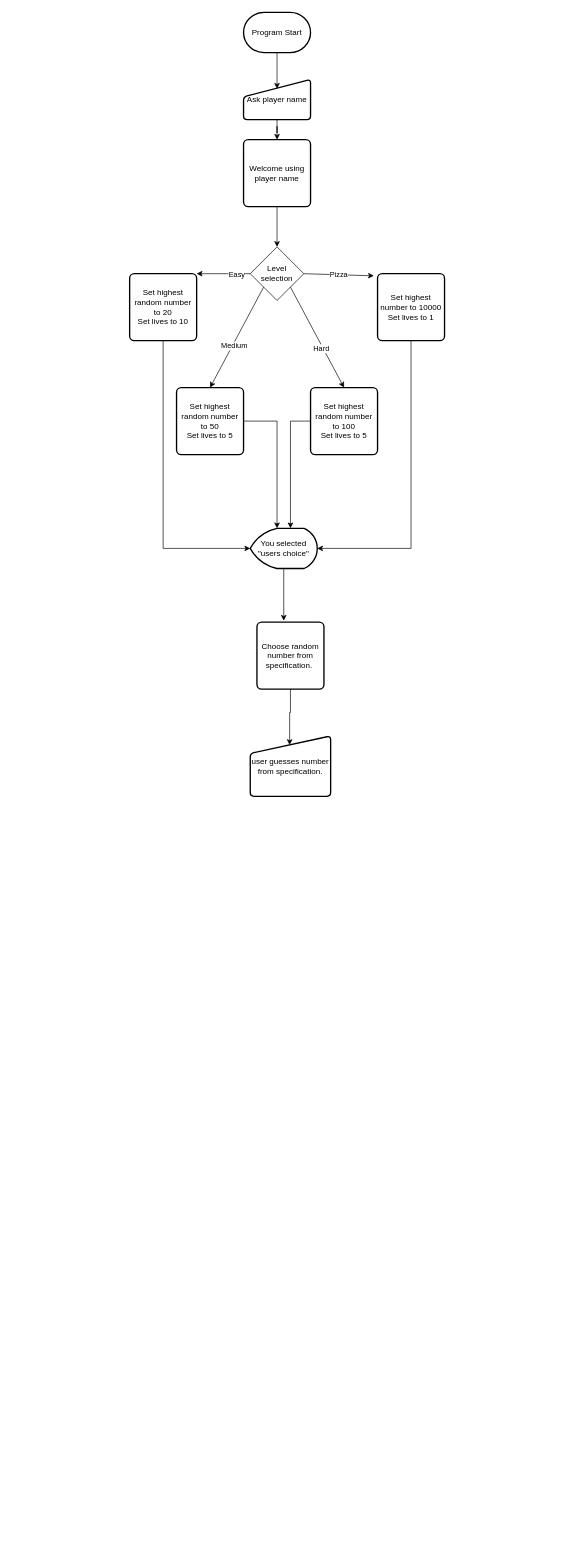
Copperock/Digitech23 keeps this draw.io diagram as Final Project/Diagrams/Planning Flow Chart.drawio. Above is the earlier version. Source tidied: cells renumbered, new cells numbered last; positions are measured from the earlier drawing's top-left corner, leaving out a move shared by most shapes. Both pictures are drawn from the tidied source at 67%, with x=0, y=0 at pixel (129, 12).
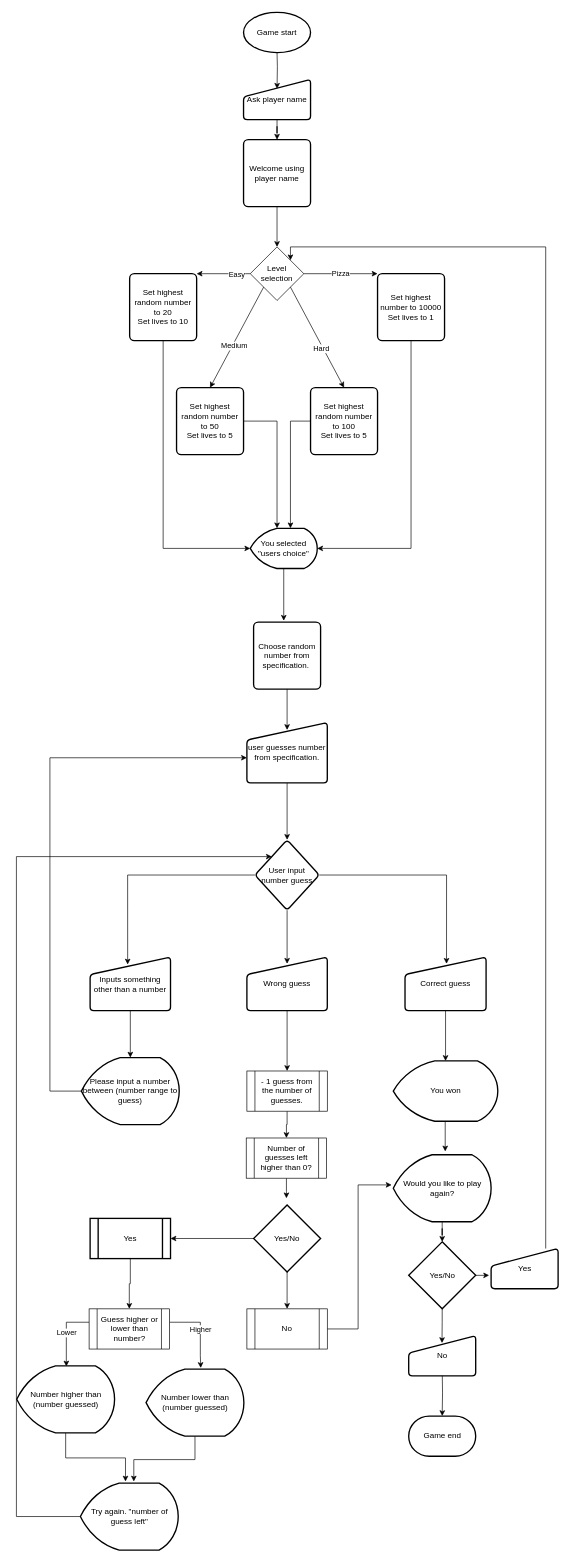
The same page after the edit.

The change refers to these unchanged cells:
```xml
<mxCell id="2" value="Level selection" style="rhombus;whiteSpace=wrap;html=1;" parent="1" vertex="1">
  <mxGeometry x="180" y="350" width="80" height="80" as="geometry" />
</mxCell>
<mxCell id="13" value="Ask player name" style="html=1;strokeWidth=2;shape=manualInput;whiteSpace=wrap;rounded=1;size=26;arcSize=11;" parent="1" vertex="1">
  <mxGeometry x="170" y="100" width="100" height="60" as="geometry" />
</mxCell>
<mxCell id="23" value="Set highest number to 10000&lt;br style=&quot;border-color: var(--border-color);&quot;&gt;Set lives to 1" style="rounded=1;whiteSpace=wrap;html=1;absoluteArcSize=1;arcSize=14;strokeWidth=2;" parent="1" vertex="1">
  <mxGeometry x="370" y="390" width="100" height="100" as="geometry" />
</mxCell>
<mxCell id="25" value="You selected &quot;users choice&quot;" style="strokeWidth=2;html=1;shape=mxgraph.flowchart.display;whiteSpace=wrap;" parent="1" vertex="1">
  <mxGeometry x="180" y="770" width="100" height="60" as="geometry" />
</mxCell>
```

The edit, as a diff of the source:
```diff
@@
-    <mxCell id="5" value="Pizza" style="endArrow=classic;html=1;rounded=0;exitX=1;exitY=0.5;exitDx=0;exitDy=0;entryX=0;entryY=0;entryDx=0;entryDy=0;" parent="1" edge="1" source="2">
-      <mxGeometry relative="1" as="geometry">
-        <mxPoint x="364.5" y="393.2" as="targetPoint" />
-      </mxGeometry>
+    <mxCell id="5" value="Pizza" style="endArrow=classic;html=1;rounded=0;exitX=1;exitY=0.5;exitDx=0;exitDy=0;entryX=0;entryY=0;entryDx=0;entryDy=0;" parent="1" edge="1" source="2" target="23">
+      <mxGeometry relative="1" as="geometry" />
     </mxCell>
@@
-    <mxCell id="10" style="edgeStyle=orthogonalEdgeStyle;rounded=0;jettySize=auto;html=1;entryX=0.5;entryY=0.233;entryDx=0;entryDy=0;entryPerimeter=0;" parent="1" edge="1" source="11" target="13">
-      <mxGeometry relative="1" as="geometry" />
+    <mxCell id="10" style="edgeStyle=orthogonalEdgeStyle;rounded=0;jettySize=auto;html=1;entryX=0.5;entryY=0.233;entryDx=0;entryDy=0;entryPerimeter=0;" parent="1" edge="1" target="13">
+      <mxGeometry relative="1" as="geometry">
+        <mxPoint x="220" y="60" as="sourcePoint" />
+      </mxGeometry>
     </mxCell>
-    <mxCell id="11" value="Program Start" style="strokeWidth=2;html=1;shape=mxgraph.flowchart.terminator;whiteSpace=wrap;" parent="1" vertex="1">
-      <mxGeometry x="170" width="100" height="60" as="geometry" />
-    </mxCell>
@@
-    <mxCell id="24" style="edgeStyle=orthogonalEdgeStyle;rounded=0;jettySize=auto;html=1;entryX=0.4;entryY=-0.02;entryDx=0;entryDy=0;entryPerimeter=0;" parent="1" edge="1" source="25" target="27">
-      <mxGeometry relative="1" as="geometry" />
+    <mxCell id="24" style="edgeStyle=orthogonalEdgeStyle;rounded=0;jettySize=auto;html=1;" parent="1" edge="1" source="25">
+      <mxGeometry relative="1" as="geometry">
+        <mxPoint x="230" y="908" as="targetPoint" />
+        <Array as="points">
+          <mxPoint x="230" y="908" />
+        </Array>
+      </mxGeometry>
     </mxCell>
@@
-    <mxCell id="26" style="edgeStyle=orthogonalEdgeStyle;rounded=0;jettySize=auto;html=1;entryX=0.49;entryY=0.15;entryDx=0;entryDy=0;entryPerimeter=0;" parent="1" edge="1" source="27" target="28">
+    <mxCell id="26" style="edgeStyle=orthogonalEdgeStyle;rounded=0;jettySize=auto;html=1;entryX=0.5;entryY=0.122;entryDx=0;entryDy=0;entryPerimeter=0;" parent="1" edge="1" source="27" target="28">
       <mxGeometry relative="1" as="geometry" />
     </mxCell>
     <mxCell id="27" value="Choose random number from specification.&amp;nbsp;" style="rounded=1;whiteSpace=wrap;html=1;absoluteArcSize=1;arcSize=14;strokeWidth=2;" parent="1" vertex="1">
-      <mxGeometry x="190" y="910" width="100" height="100" as="geometry" />
+      <mxGeometry x="185" y="910" width="100" height="100" as="geometry" />
     </mxCell>
+    <mxCell id="29" style="edgeStyle=orthogonalEdgeStyle;rounded=0;jettySize=auto;html=1;" parent="1" edge="1" source="28" target="33">
+      <mxGeometry relative="1" as="geometry" />
+    </mxCell>
     <mxCell id="28" value="user guesses number from specification." style="html=1;strokeWidth=2;shape=manualInput;whiteSpace=wrap;rounded=1;size=26;arcSize=11;" parent="1" vertex="1">
-      <mxGeometry x="180" y="1080" width="120" height="90" as="geometry" />
+      <mxGeometry x="175" y="1060" width="120" height="90" as="geometry" />
     </mxCell>
+    <mxCell id="30" style="edgeStyle=orthogonalEdgeStyle;rounded=0;jettySize=auto;html=1;entryX=0.467;entryY=0.138;entryDx=0;entryDy=0;entryPerimeter=0;" parent="1" edge="1" source="33" target="39">
+      <mxGeometry relative="1" as="geometry" />
+    </mxCell>
+    <mxCell id="31" style="edgeStyle=orthogonalEdgeStyle;rounded=0;jettySize=auto;html=1;entryX=0.512;entryY=0.125;entryDx=0;entryDy=0;entryPerimeter=0;" parent="1" edge="1" source="33" target="35">
+      <mxGeometry relative="1" as="geometry" />
+    </mxCell>
+    <mxCell id="32" style="edgeStyle=orthogonalEdgeStyle;rounded=0;jettySize=auto;html=1;entryX=0.5;entryY=0.125;entryDx=0;entryDy=0;entryPerimeter=0;" parent="1" edge="1" source="33" target="37">
+      <mxGeometry relative="1" as="geometry" />
+    </mxCell>
+    <mxCell id="33" value="User input number guess" style="rhombus;whiteSpace=wrap;html=1;strokeWidth=2;rounded=1;arcSize=11;" parent="1" vertex="1">
+      <mxGeometry x="187" y="1235" width="96" height="105" as="geometry" />
+    </mxCell>
+    <mxCell id="34" style="edgeStyle=orthogonalEdgeStyle;rounded=0;jettySize=auto;html=1;" parent="1" edge="1" source="35" target="67">
+      <mxGeometry relative="1" as="geometry" />
+    </mxCell>
+    <mxCell id="35" value="Correct guess" style="html=1;strokeWidth=2;shape=manualInput;whiteSpace=wrap;rounded=1;size=26;arcSize=11;" parent="1" vertex="1">
+      <mxGeometry x="411" y="1410" width="121" height="80" as="geometry" />
+    </mxCell>
+    <mxCell id="36" style="edgeStyle=orthogonalEdgeStyle;rounded=0;jettySize=auto;html=1;" parent="1" edge="1" source="37" target="41">
+      <mxGeometry relative="1" as="geometry" />
+    </mxCell>
+    <mxCell id="37" value="Wrong guess" style="html=1;strokeWidth=2;shape=manualInput;whiteSpace=wrap;rounded=1;size=26;arcSize=11;" parent="1" vertex="1">
+      <mxGeometry x="175" y="1410" width="120" height="80" as="geometry" />
+    </mxCell>
+    <mxCell id="38" style="edgeStyle=orthogonalEdgeStyle;rounded=0;jettySize=auto;html=1;entryX=0.5;entryY=0;entryDx=0;entryDy=0;entryPerimeter=0;" parent="1" edge="1" source="39" target="52">
+      <mxGeometry relative="1" as="geometry" />
+    </mxCell>
+    <mxCell id="39" value="Inputs something other than a number" style="html=1;strokeWidth=2;shape=manualInput;whiteSpace=wrap;rounded=1;size=26;arcSize=11;" parent="1" vertex="1">
+      <mxGeometry x="-59" y="1410" width="120" height="80" as="geometry" />
+    </mxCell>
+    <mxCell id="40" style="edgeStyle=orthogonalEdgeStyle;rounded=0;jettySize=auto;html=1;entryX=0.5;entryY=0;entryDx=0;entryDy=0;" parent="1" edge="1" source="41" target="65">
+      <mxGeometry relative="1" as="geometry" />
+    </mxCell>
+    <mxCell id="41" value="- 1 guess from the number of guesses." style="shape=process;whiteSpace=wrap;html=1;backgroundOutline=1;" parent="1" vertex="1">
+      <mxGeometry x="175" y="1580" width="120" height="60" as="geometry" />
+    </mxCell>
+    <mxCell id="42" style="edgeStyle=orthogonalEdgeStyle;rounded=0;jettySize=auto;html=1;" parent="1" edge="1" source="43" target="33">
+      <mxGeometry relative="1" as="geometry">
+        <Array as="points">
+          <mxPoint x="-169" y="2245" />
+          <mxPoint x="-169" y="1260" />
+        </Array>
+      </mxGeometry>
+    </mxCell>
+    <mxCell id="43" value="Try again. &quot;number of guess left&quot;" style="strokeWidth=2;html=1;shape=mxgraph.flowchart.display;whiteSpace=wrap;" parent="1" vertex="1">
+      <mxGeometry x="-73.5" y="2195" width="146" height="100" as="geometry" />
+    </mxCell>
+    <mxCell id="44" value="Lower" style="edgeStyle=orthogonalEdgeStyle;rounded=0;jettySize=auto;html=1;" parent="1" edge="1" source="46">
+      <mxGeometry relative="1" as="geometry">
+        <mxPoint x="-94.5" y="2021" as="targetPoint" />
+        <Array as="points">
+          <mxPoint x="-94.5" y="1955" />
+          <mxPoint x="-94.5" y="2021" />
+        </Array>
+      </mxGeometry>
+    </mxCell>
+    <mxCell id="45" value="Higher" style="edgeStyle=orthogonalEdgeStyle;rounded=0;jettySize=auto;html=1;entryX=0.559;entryY=-0.018;entryDx=0;entryDy=0;entryPerimeter=0;" parent="1" edge="1" source="46" target="50">
+      <mxGeometry relative="1" as="geometry">
+        <Array as="points">
+          <mxPoint x="105.5" y="1955" />
+          <mxPoint x="105.5" y="2005" />
+        </Array>
+      </mxGeometry>
+    </mxCell>
+    <mxCell id="46" value="Guess higher or lower than number?" style="shape=process;whiteSpace=wrap;html=1;backgroundOutline=1;" parent="1" vertex="1">
+      <mxGeometry x="-60.5" y="1935" width="120" height="60" as="geometry" />
+    </mxCell>
+    <mxCell id="47" style="edgeStyle=orthogonalEdgeStyle;rounded=0;jettySize=auto;html=1;entryX=0.461;entryY=-0.023;entryDx=0;entryDy=0;entryPerimeter=0;exitX=0.5;exitY=1;exitDx=0;exitDy=0;exitPerimeter=0;" parent="1" edge="1" source="48" target="43">
+      <mxGeometry relative="1" as="geometry" />
+    </mxCell>
+    <mxCell id="48" value="Number higher than (number guessed)" style="strokeWidth=2;html=1;shape=mxgraph.flowchart.display;whiteSpace=wrap;" parent="1" vertex="1">
+      <mxGeometry x="-168.5" y="2020" width="146" height="100" as="geometry" />
+    </mxCell>
+    <mxCell id="49" style="edgeStyle=orthogonalEdgeStyle;rounded=0;jettySize=auto;html=1;entryX=0.546;entryY=-0.023;entryDx=0;entryDy=0;entryPerimeter=0;" parent="1" edge="1" source="50" target="43">
+      <mxGeometry relative="1" as="geometry" />
+    </mxCell>
+    <mxCell id="50" value="Number lower than (number guessed)" style="strokeWidth=2;html=1;shape=mxgraph.flowchart.display;whiteSpace=wrap;" parent="1" vertex="1">
+      <mxGeometry x="24.5" y="2025" width="146" height="100" as="geometry" />
+    </mxCell>
+    <mxCell id="51" style="edgeStyle=orthogonalEdgeStyle;rounded=0;jettySize=auto;html=1;entryX=0;entryY=0.583;entryDx=0;entryDy=0;entryPerimeter=0;" parent="1" edge="1" source="52" target="28">
+      <mxGeometry relative="1" as="geometry">
+        <Array as="points">
+          <mxPoint x="-119" y="1610" />
+          <mxPoint x="-119" y="1112" />
+        </Array>
+      </mxGeometry>
+    </mxCell>
+    <mxCell id="52" value="Please input a number between (number range to guess)" style="strokeWidth=2;html=1;shape=mxgraph.flowchart.display;whiteSpace=wrap;" parent="1" vertex="1">
+      <mxGeometry x="-72" y="1560" width="146" height="100" as="geometry" />
+    </mxCell>
+    <mxCell id="53" style="edgeStyle=orthogonalEdgeStyle;rounded=0;jettySize=auto;html=1;" parent="1" edge="1" source="54" target="58">
+      <mxGeometry relative="1" as="geometry" />
+    </mxCell>
+    <mxCell id="54" value="Would you like to play again?" style="strokeWidth=2;html=1;shape=mxgraph.flowchart.display;whiteSpace=wrap;" parent="1" vertex="1">
+      <mxGeometry x="393.5" y="1705" width="146" height="100" as="geometry" />
+    </mxCell>
+    <mxCell id="55" style="edgeStyle=orthogonalEdgeStyle;rounded=0;jettySize=auto;html=1;entryX=1;entryY=0;entryDx=0;entryDy=0;" parent="1" edge="1" source="61" target="2">
+      <mxGeometry relative="1" as="geometry">
+        <Array as="points">
+          <mxPoint x="621" y="350" />
+          <mxPoint x="240" y="350" />
+        </Array>
+      </mxGeometry>
+    </mxCell>
+    <mxCell id="56" style="edgeStyle=orthogonalEdgeStyle;rounded=0;jettySize=auto;html=1;" parent="1" edge="1" source="58">
+      <mxGeometry relative="1" as="geometry">
+        <mxPoint x="536" y="1885" as="targetPoint" />
+      </mxGeometry>
+    </mxCell>
+    <mxCell id="57" style="edgeStyle=orthogonalEdgeStyle;rounded=0;jettySize=auto;html=1;entryX=0.497;entryY=0.184;entryDx=0;entryDy=0;entryPerimeter=0;" parent="1" edge="1" source="58" target="63">
+      <mxGeometry relative="1" as="geometry" />
+    </mxCell>
+    <mxCell id="58" value="Yes/No" style="strokeWidth=2;html=1;shape=mxgraph.flowchart.decision;whiteSpace=wrap;" parent="1" vertex="1">
+      <mxGeometry x="416.5" y="1835" width="100" height="100" as="geometry" />
+    </mxCell>
+    <mxCell id="59" value="Game end" style="strokeWidth=2;html=1;shape=mxgraph.flowchart.terminator;whiteSpace=wrap;" parent="1" vertex="1">
+      <mxGeometry x="416.5" y="2095" width="100" height="60" as="geometry" />
+    </mxCell>
+    <mxCell id="60" value="Game start" style="strokeWidth=2;html=1;shape=mxgraph.flowchart.start_1;whiteSpace=wrap;" parent="1" vertex="1">
+      <mxGeometry x="170" width="100" height="60" as="geometry" />
+    </mxCell>
+    <mxCell id="61" value="Yes" style="html=1;strokeWidth=2;shape=manualInput;whiteSpace=wrap;rounded=1;size=26;arcSize=11;" parent="1" vertex="1">
+      <mxGeometry x="539.5" y="1845" width="100" height="60" as="geometry" />
+    </mxCell>
+    <mxCell id="62" style="edgeStyle=orthogonalEdgeStyle;rounded=0;jettySize=auto;html=1;entryX=0.5;entryY=0;entryDx=0;entryDy=0;entryPerimeter=0;" parent="1" edge="1" target="59">
+      <mxGeometry relative="1" as="geometry">
+        <mxPoint x="466.5" y="2025" as="sourcePoint" />
+      </mxGeometry>
+    </mxCell>
+    <mxCell id="63" value="No" style="html=1;strokeWidth=2;shape=manualInput;whiteSpace=wrap;rounded=1;size=26;arcSize=11;" parent="1" vertex="1">
+      <mxGeometry x="416.5" y="1975" width="100" height="60" as="geometry" />
+    </mxCell>
+    <mxCell id="64" style="edgeStyle=orthogonalEdgeStyle;rounded=0;jettySize=auto;html=1;" parent="1" edge="1" source="65">
+      <mxGeometry relative="1" as="geometry">
+        <mxPoint x="234" y="1770" as="targetPoint" />
+      </mxGeometry>
+    </mxCell>
+    <mxCell id="65" value="Number of guesses left higher than 0?" style="shape=process;whiteSpace=wrap;html=1;backgroundOutline=1;" parent="1" vertex="1">
+      <mxGeometry x="174" y="1680" width="120" height="60" as="geometry" />
+    </mxCell>
+    <mxCell id="66" style="edgeStyle=orthogonalEdgeStyle;rounded=0;jettySize=auto;html=1;" parent="1" edge="1" source="67">
+      <mxGeometry relative="1" as="geometry">
+        <mxPoint x="471" y="1700" as="targetPoint" />
+      </mxGeometry>
+    </mxCell>
+    <mxCell id="67" value="You won" style="strokeWidth=2;html=1;shape=mxgraph.flowchart.display;whiteSpace=wrap;" parent="1" vertex="1">
+      <mxGeometry x="393.5" y="1565" width="156" height="90" as="geometry" />
+    </mxCell>
+    <mxCell id="68" style="edgeStyle=orthogonalEdgeStyle;rounded=0;jettySize=auto;html=1;" parent="1" edge="1" source="70" target="72">
+      <mxGeometry relative="1" as="geometry" />
+    </mxCell>
+    <mxCell id="69" style="edgeStyle=orthogonalEdgeStyle;rounded=0;jettySize=auto;html=1;" parent="1" edge="1" source="70" target="74">
+      <mxGeometry relative="1" as="geometry" />
+    </mxCell>
+    <mxCell id="70" value="Yes/No" style="strokeWidth=2;html=1;shape=mxgraph.flowchart.decision;whiteSpace=wrap;" parent="1" vertex="1">
+      <mxGeometry x="185" y="1780" width="100" height="100" as="geometry" />
+    </mxCell>
+    <mxCell id="71" style="edgeStyle=orthogonalEdgeStyle;rounded=0;jettySize=auto;html=1;" parent="1" edge="1" source="72">
+      <mxGeometry relative="1" as="geometry">
+        <mxPoint x="391" y="1750" as="targetPoint" />
+        <Array as="points">
+          <mxPoint x="341" y="1965" />
+          <mxPoint x="341" y="1750" />
+        </Array>
+      </mxGeometry>
+    </mxCell>
+    <mxCell id="72" value="No" style="shape=process;whiteSpace=wrap;html=1;backgroundOutline=1;" parent="1" vertex="1">
+      <mxGeometry x="175" y="1935" width="120" height="60" as="geometry" />
+    </mxCell>
+    <mxCell id="73" style="edgeStyle=orthogonalEdgeStyle;rounded=0;jettySize=auto;html=1;" parent="1" edge="1" source="74" target="46">
+      <mxGeometry relative="1" as="geometry" />
+    </mxCell>
+    <mxCell id="74" value="Yes" style="shape=process;whiteSpace=wrap;html=1;backgroundOutline=1;strokeWidth=2;" parent="1" vertex="1">
+      <mxGeometry x="-59" y="1800" width="120" height="60" as="geometry" />
+    </mxCell>
```
